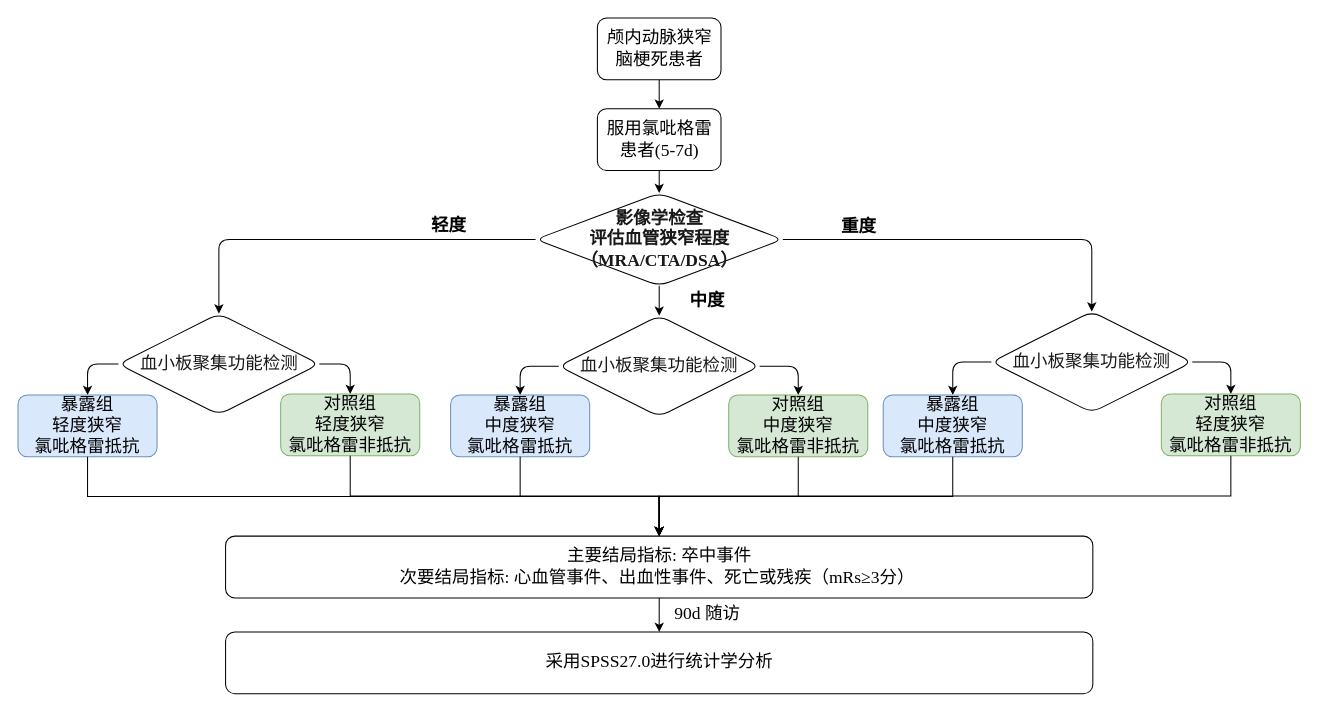
Before: Untitled Diagram.drawio in caihuayu0322/drawio-github, a draw.io diagram. Source tidied: cells renumbered, new cells numbered last; positions are measured from the earlier drawing's top-left corner, leaving out a move shared by most shapes. Both pictures are drawn from the tidied source at 103%, with x=0, y=0 at pixel (18, 18).
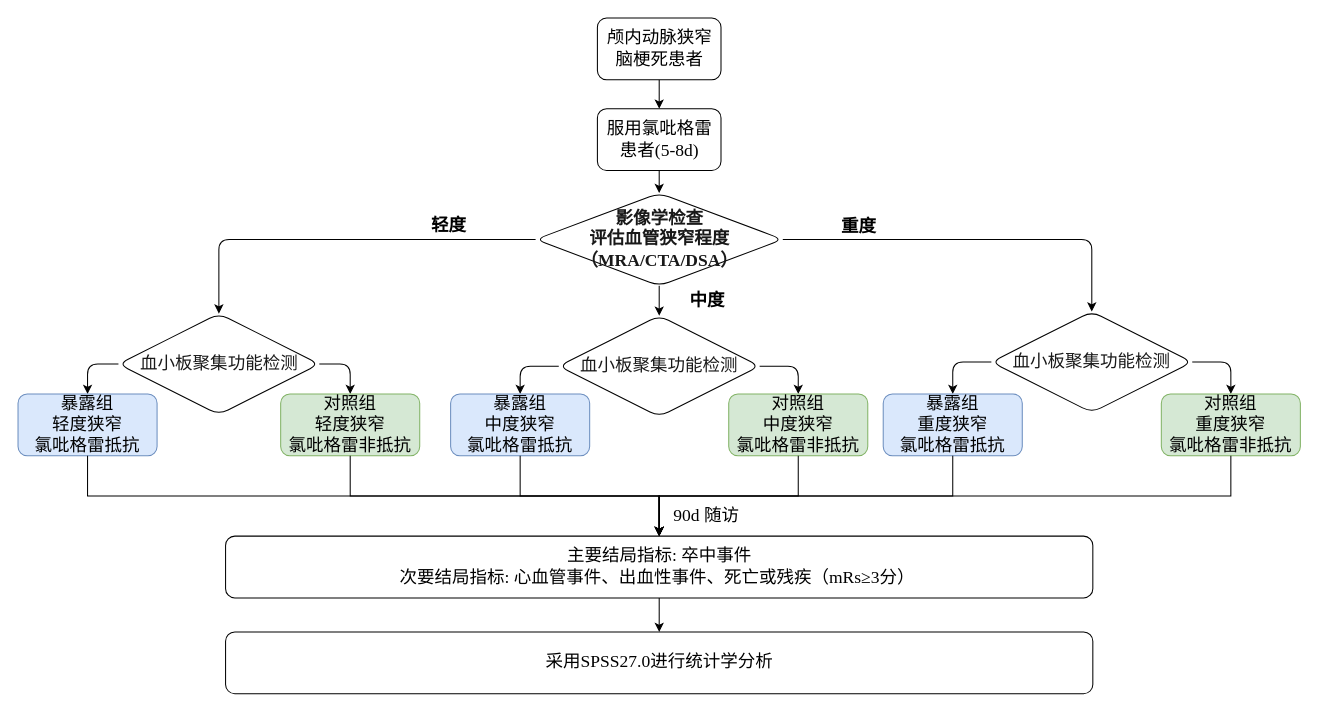
Above is the later version.

Unchanged cells that the change refers to:
```xml
<mxCell id="15" style="group;rounded=1;fontFamily=Times New Roman;fontSize=17;fontStyle=1;" parent="1" vertex="1">
  <mxGeometry x="420" y="289" width="390" height="195" as="geometry" />
</mxCell>
<mxCell id="21" style="group;rounded=1;fontStyle=0;fontFamily=Times New Roman;fontSize=17;" parent="1" vertex="1">
  <mxGeometry x="840" y="288" width="390" height="195" as="geometry" />
</mxCell>
<mxCell id="27" style="group;rounded=1;fontFamily=Times New Roman;fontSize=17;" parent="1" vertex="1">
  <mxGeometry y="287" width="390" height="195" as="geometry" />
</mxCell>
```

What changed in the source:
```diff
@@
-    <mxCell id="5" value="服用氯吡格雷患者(5-7d)" style="rounded=1;whiteSpace=wrap;html=1;fontFamily=Times New Roman;fontSize=17;" parent="1" vertex="1">
+    <mxCell id="5" value="服用氯吡格雷患者(5-8d)" style="rounded=1;whiteSpace=wrap;html=1;fontFamily=Times New Roman;fontSize=17;" parent="1" vertex="1">
       <mxGeometry x="562.5" y="88" width="120" height="60" as="geometry" />
     </mxCell>
@@
     <mxCell id="19" value="&lt;span style=&quot;font-size: 17px;&quot;&gt;暴露组&lt;/span&gt;&lt;div style=&quot;font-size: 17px;&quot;&gt;&lt;span style=&quot;font-size: 17px;&quot;&gt;中度&lt;span style=&quot;background-color: initial; font-size: 17px;&quot;&gt;狭窄&lt;/span&gt;&lt;/span&gt;&lt;/div&gt;&lt;div style=&quot;font-size: 17px;&quot;&gt;&lt;span style=&quot;font-size: 17px;&quot;&gt;&lt;span style=&quot;background-color: initial; font-size: 17px;&quot;&gt;氯吡格雷&lt;/span&gt;抵抗&lt;/span&gt;&lt;/div&gt;" style="whiteSpace=wrap;html=1;rounded=1;fontFamily=Times New Roman;fontSize=17;fillColor=#dae8fc;strokeColor=#6c8ebf;fontStyle=0;" parent="15" vertex="1">
-      <mxGeometry y="77" width="135" height="60" as="geometry" />
+      <mxGeometry y="76" width="135" height="60" as="geometry" />
     </mxCell>
     <mxCell id="20" value="对照组&lt;div style=&quot;font-size: 17px;&quot;&gt;中度&lt;span style=&quot;background-color: initial; font-size: 17px;&quot;&gt;狭窄&lt;/span&gt;&lt;/div&gt;&lt;div style=&quot;font-size: 17px;&quot;&gt;&lt;span style=&quot;background-color: initial; font-size: 17px;&quot;&gt;氯吡格雷&lt;/span&gt;非抵抗&lt;/div&gt;" style="whiteSpace=wrap;html=1;rounded=1;fontFamily=Times New Roman;fontSize=17;fillColor=#d5e8d4;strokeColor=#82b366;" parent="15" vertex="1">
-      <mxGeometry x="270" y="77" width="135" height="60" as="geometry" />
+      <mxGeometry x="270" y="76" width="135" height="60" as="geometry" />
     </mxCell>
@@
-    <mxCell id="25" value="&lt;span style=&quot;font-size: 17px;&quot;&gt;暴露组&lt;/span&gt;&lt;div style=&quot;font-size: 17px;&quot;&gt;&lt;span style=&quot;font-size: 17px;&quot;&gt;中度&lt;span style=&quot;background-color: initial; font-size: 17px;&quot;&gt;狭窄&lt;/span&gt;&lt;/span&gt;&lt;/div&gt;&lt;div style=&quot;font-size: 17px;&quot;&gt;&lt;span style=&quot;font-size: 17px;&quot;&gt;&lt;span style=&quot;background-color: initial; font-size: 17px;&quot;&gt;氯吡格雷&lt;/span&gt;抵抗&lt;/span&gt;&lt;/div&gt;" style="whiteSpace=wrap;html=1;rounded=1;fontFamily=Times New Roman;fontSize=17;fontStyle=0;fillColor=#dae8fc;strokeColor=#6c8ebf;" parent="21" vertex="1">
-      <mxGeometry y="78" width="135" height="60" as="geometry" />
+    <mxCell id="25" value="&lt;span style=&quot;font-size: 17px;&quot;&gt;暴露组&lt;/span&gt;&lt;div style=&quot;font-size: 17px;&quot;&gt;&lt;span style=&quot;font-size: 17px;&quot;&gt;重度&lt;span style=&quot;background-color: initial; font-size: 17px;&quot;&gt;狭窄&lt;/span&gt;&lt;/span&gt;&lt;/div&gt;&lt;div style=&quot;font-size: 17px;&quot;&gt;&lt;span style=&quot;font-size: 17px;&quot;&gt;&lt;span style=&quot;background-color: initial; font-size: 17px;&quot;&gt;氯吡格雷&lt;/span&gt;抵抗&lt;/span&gt;&lt;/div&gt;" style="whiteSpace=wrap;html=1;rounded=1;fontFamily=Times New Roman;fontSize=17;fontStyle=0;fillColor=#dae8fc;strokeColor=#6c8ebf;" parent="21" vertex="1">
+      <mxGeometry y="77" width="135" height="60" as="geometry" />
     </mxCell>
-    <mxCell id="26" value="对照组&lt;div style=&quot;font-size: 17px;&quot;&gt;轻度&lt;span style=&quot;background-color: initial; font-size: 17px;&quot;&gt;狭窄&lt;/span&gt;&lt;/div&gt;&lt;div style=&quot;font-size: 17px;&quot;&gt;&lt;span style=&quot;background-color: initial; font-size: 17px;&quot;&gt;氯吡格雷&lt;/span&gt;非抵抗&lt;/div&gt;" style="whiteSpace=wrap;html=1;rounded=1;fontFamily=Times New Roman;fontSize=17;fillColor=#d5e8d4;strokeColor=#82b366;" parent="21" vertex="1">
+    <mxCell id="26" value="对照组&lt;div style=&quot;font-size: 17px;&quot;&gt;重度&lt;span style=&quot;background-color: initial; font-size: 17px;&quot;&gt;狭窄&lt;/span&gt;&lt;/div&gt;&lt;div style=&quot;font-size: 17px;&quot;&gt;&lt;span style=&quot;background-color: initial; font-size: 17px;&quot;&gt;氯吡格雷&lt;/span&gt;非抵抗&lt;/div&gt;" style="whiteSpace=wrap;html=1;rounded=1;fontFamily=Times New Roman;fontSize=17;fillColor=#d5e8d4;strokeColor=#82b366;" parent="21" vertex="1">
       <mxGeometry x="270" y="77" width="135" height="60" as="geometry" />
     </mxCell>
@@
     <mxCell id="31" value="&lt;span style=&quot;font-size: 17px;&quot;&gt;暴露组&lt;/span&gt;&lt;div style=&quot;font-size: 17px;&quot;&gt;&lt;span style=&quot;font-size: 17px;&quot;&gt;轻度狭窄&lt;/span&gt;&lt;/div&gt;&lt;div style=&quot;font-size: 17px;&quot;&gt;&lt;span style=&quot;font-size: 17px;&quot;&gt;氯吡格雷抵抗&lt;/span&gt;&lt;/div&gt;" style="whiteSpace=wrap;html=1;rounded=1;fontFamily=Times New Roman;fontSize=17;fillColor=#dae8fc;strokeColor=#6c8ebf;fontStyle=0;" parent="27" vertex="1">
-      <mxGeometry y="79" width="135" height="60" as="geometry" />
+      <mxGeometry y="78" width="135" height="60" as="geometry" />
     </mxCell>
@@
     <mxCell id="40" value="90d 随访" style="text;html=1;align=center;verticalAlign=middle;strokeColor=none;fillColor=none;fontFamily=Times New Roman;fontSize=17;" parent="1" vertex="1">
-      <mxGeometry x="624" y="564" width="90" height="30" as="geometry" />
+      <mxGeometry x="623" y="469" width="90" height="30" as="geometry" />
     </mxCell>
```
